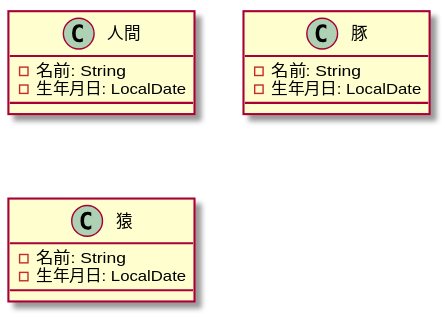
Before: test.svg, a diagram exported from PlantUML (YamadaKyohei/plantuml-actions-test).
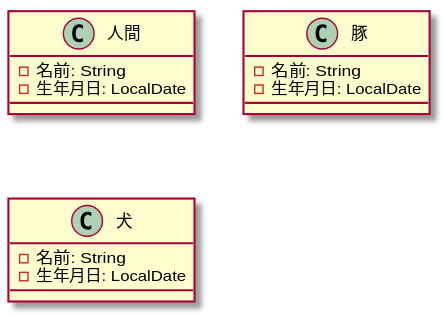
Above is the later version.

Commit message:
Generate SVG and PNG images for PlantUML diagrams

The edit, as a diff of the source:
```diff
@@ -10,7 +10,7 @@
 	- 生年月日: LocalDate
 }
 
-class 猿 {
+class 犬 {
 	- 名前: String
 	- 生年月日: LocalDate
 }
```
